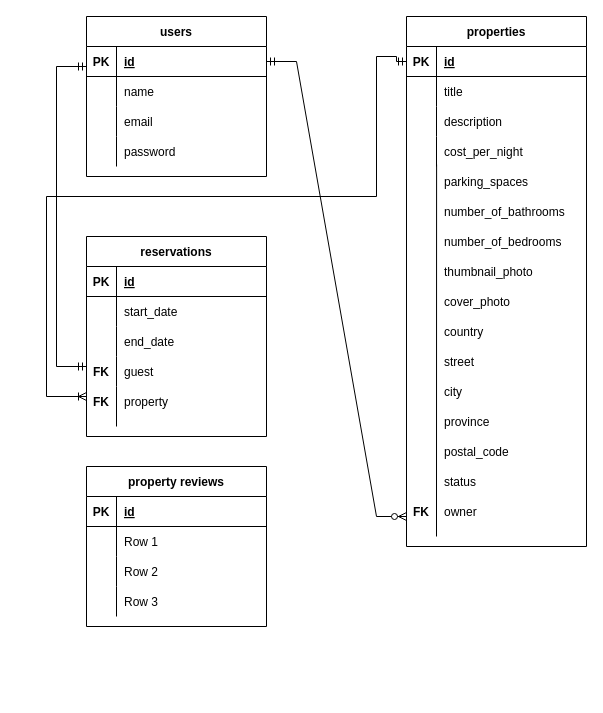
robertocervantesbetancourt/lighthouseBnB keeps this draw.io diagram as BnB.drawio. Above is the earlier version. Source tidied: cells renumbered, new cells numbered last; positions are measured from the earlier drawing's top-left corner, leaving out a move shared by most shapes. Both pictures are drawn from the tidied source at 100%, with x=0, y=0 at pixel (46, 16).
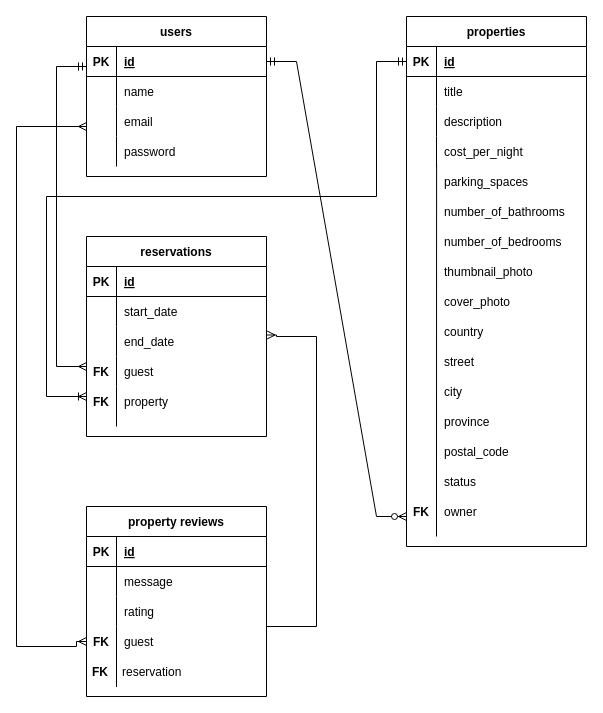
The same diagram, later.

Unchanged cells that the change refers to:
```xml
<mxCell id="23" style="shape=tableRow;horizontal=0;startSize=0;swimlaneHead=0;swimlaneBody=0;fillColor=none;points=[[0,0.5],[1,0.5]];portConstraint=eastwest;top=0;left=0;right=0;bottom=0;" parent="16" vertex="1">
  <mxGeometry y="90" width="180" height="30" as="geometry" />
</mxCell>
<mxCell id="33" style="shape=tableRow;horizontal=0;startSize=0;swimlaneHead=0;swimlaneBody=0;fillColor=none;top=0;left=0;right=0;bottom=0;" parent="29" vertex="1">
  <mxGeometry y="60" width="180" height="30" as="geometry" />
</mxCell>
<mxCell id="36" style="shape=tableRow;horizontal=0;startSize=0;swimlaneHead=0;swimlaneBody=0;fillColor=none;top=0;left=0;right=0;bottom=0;" parent="29" vertex="1">
  <mxGeometry y="90" width="180" height="30" as="geometry" />
</mxCell>
<mxCell id="39" style="shape=tableRow;horizontal=0;startSize=0;swimlaneHead=0;swimlaneBody=0;fillColor=none;points=[[0,0.5],[1,0.5]];portConstraint=eastwest;top=0;left=0;right=0;bottom=0;" parent="29" vertex="1">
  <mxGeometry y="120" width="180" height="30" as="geometry" />
</mxCell>
<mxCell id="43" style="shape=tableRow;horizontal=0;startSize=0;swimlaneHead=0;swimlaneBody=0;fillColor=none;points=[[0,0.5],[1,0.5]];portConstraint=eastwest;top=0;left=0;right=0;bottom=1;" parent="42" vertex="1">
  <mxGeometry y="30" width="180" height="30" as="geometry" />
</mxCell>
```

Diff of the diagram source:
```diff
@@
     <mxCell id="29" value="property reviews" style="shape=table;startSize=30;childLayout=tableLayout;rowLines=0;fontStyle=1;align=center;" parent="1" vertex="1">
-      <mxGeometry x="40" y="450" width="180" height="160" as="geometry" />
+      <mxGeometry x="40" y="490" width="180" height="190" as="geometry" />
     </mxCell>
@@
-    <mxCell id="35" value="Row 1" style="shape=partialRectangle;fillColor=none;top=0;left=0;bottom=0;right=0;align=left;spacingLeft=6;overflow=hidden;" parent="33" vertex="1">
+    <mxCell id="35" value="message" style="shape=partialRectangle;fillColor=none;top=0;left=0;bottom=0;right=0;align=left;spacingLeft=6;overflow=hidden;" parent="33" vertex="1">
       <mxGeometry x="30" width="150" height="30" as="geometry" />
     </mxCell>
@@
-    <mxCell id="38" value="Row 2" style="shape=partialRectangle;fillColor=none;top=0;left=0;bottom=0;right=0;align=left;spacingLeft=6;overflow=hidden;" parent="36" vertex="1">
+    <mxCell id="38" value="rating" style="shape=partialRectangle;fillColor=none;top=0;left=0;bottom=0;right=0;align=left;spacingLeft=6;overflow=hidden;" parent="36" vertex="1">
       <mxGeometry x="30" width="150" height="30" as="geometry" />
     </mxCell>
@@
-    <mxCell id="40" style="shape=partialRectangle;fillColor=none;top=0;left=0;bottom=0;right=0;overflow=hidden;" parent="39" vertex="1">
+    <mxCell id="40" value="FK" style="shape=partialRectangle;fillColor=none;top=0;left=0;bottom=0;right=0;overflow=hidden;fontStyle=1;" parent="39" vertex="1">
       <mxGeometry width="30" height="30" as="geometry" />
     </mxCell>
-    <mxCell id="41" value="Row 3" style="shape=partialRectangle;fillColor=none;top=0;left=0;bottom=0;right=0;align=left;spacingLeft=6;overflow=hidden;" parent="39" vertex="1">
+    <mxCell id="41" value="guest" style="shape=partialRectangle;fillColor=none;top=0;left=0;bottom=0;right=0;align=left;spacingLeft=6;overflow=hidden;" parent="39" vertex="1">
       <mxGeometry x="30" width="150" height="30" as="geometry" />
     </mxCell>
@@
-    <mxCell id="73" style="fontSize=12;html=1;endArrow=ERmandOne;startArrow=ERmandOne;rounded=0;edgeStyle=orthogonalEdgeStyle;" parent="1" edge="1">
+    <mxCell id="73" style="fontSize=12;html=1;endArrow=ERmandOne;startArrow=ERmany;rounded=0;edgeStyle=orthogonalEdgeStyle;startFill=0;" parent="1" edge="1">
       <mxGeometry relative="1" as="geometry">
         <mxPoint x="40" y="350" as="sourcePoint" />
         <mxPoint x="40" y="50" as="targetPoint" />
         <Array as="points">
           <mxPoint x="10" y="350" />
           <mxPoint x="10" y="50" />
         </Array>
       </mxGeometry>
     </mxCell>
     <mxCell id="74" style="edgeStyle=orthogonalEdgeStyle;fontSize=12;html=1;endArrow=ERoneToMany;startArrow=ERmandOne;rounded=0;exitX=0;exitY=0.5;exitDx=0;exitDy=0;" parent="1" edge="1" source="43">
       <mxGeometry relative="1" as="geometry">
         <mxPoint x="40" y="380" as="targetPoint" />
         <Array as="points">
-          <mxPoint x="350" y="45" />
-          <mxPoint x="350" y="40" />
-          <mxPoint x="330" y="40" />
+          <mxPoint x="330" y="45" />
           <mxPoint x="330" y="180" />
           <mxPoint y="180" />
           <mxPoint y="380" />
         </Array>
       </mxGeometry>
     </mxCell>
+    <mxCell id="75" value="reservation" style="shape=partialRectangle;fillColor=none;align=left;verticalAlign=middle;strokeColor=none;spacingLeft=34;" parent="1" vertex="1">
+      <mxGeometry x="40" y="640" width="90" height="30" as="geometry" />
+    </mxCell>
+    <mxCell id="76" value="FK" style="shape=partialRectangle;top=0;left=0;bottom=0;fillColor=none;stokeWidth=1;align=left;verticalAlign=middle;spacingLeft=4;spacingRight=4;overflow=hidden;fontStyle=1;" parent="75" vertex="1">
+      <mxGeometry width="30" height="30" as="geometry" />
+    </mxCell>
+    <mxCell id="77" style="edgeStyle=orthogonalEdgeStyle;fontSize=12;html=1;endArrow=ERmany;startArrow=ERmany;rounded=0;startFill=0;endFill=0;exitX=0;exitY=0.5;exitDx=0;exitDy=0;" parent="1" edge="1" source="39">
+      <mxGeometry relative="1" as="geometry">
+        <mxPoint x="40" y="110" as="targetPoint" />
+        <Array as="points">
+          <mxPoint x="30" y="625" />
+          <mxPoint x="30" y="630" />
+          <mxPoint x="-30" y="630" />
+          <mxPoint x="-30" y="110" />
+        </Array>
+      </mxGeometry>
+    </mxCell>
+    <mxCell id="78" style="edgeStyle=orthogonalEdgeStyle;fontSize=12;html=1;endArrow=ERmany;startArrow=baseDash;rounded=0;startFill=0;endFill=0;entryX=1.003;entryY=0.283;entryDx=0;entryDy=0;entryPerimeter=0;" parent="1" edge="1" target="23">
+      <mxGeometry relative="1" as="geometry">
+        <mxPoint x="220" y="610" as="sourcePoint" />
+        <Array as="points">
+          <mxPoint x="270" y="610" />
+          <mxPoint x="270" y="320" />
+          <mxPoint x="230" y="320" />
+          <mxPoint x="230" y="319" />
+        </Array>
+      </mxGeometry>
+    </mxCell>
```
